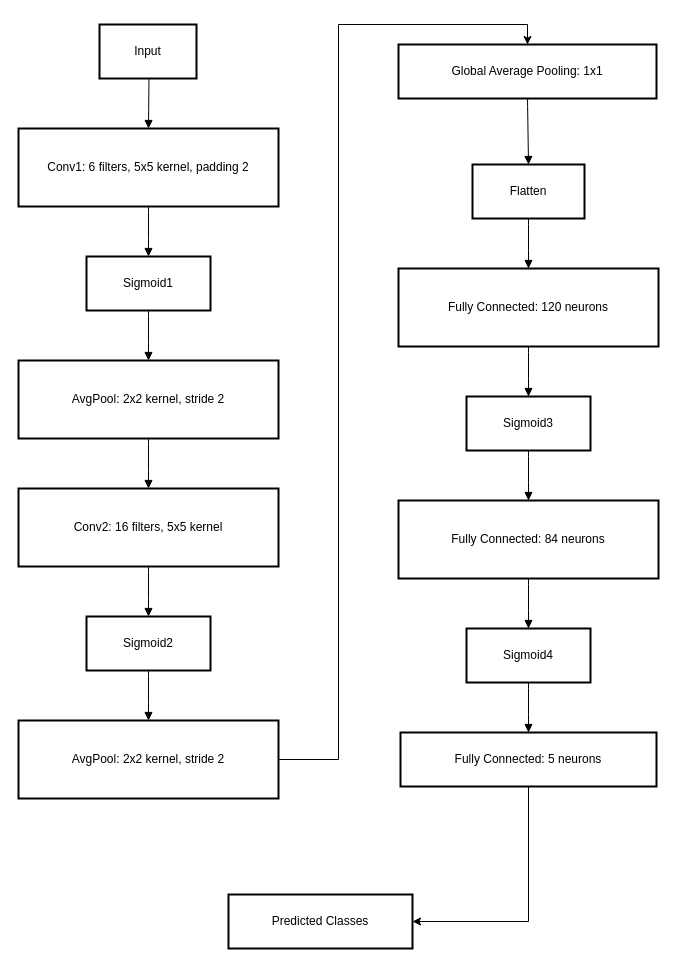
zft666zft/final-project keeps this draw.io diagram as LeNet_model.drawio. Above is the earlier version. Source tidied: cells renumbered, new cells numbered last; positions are measured from the earlier drawing's top-left corner, leaving out a move shared by most shapes. Both pictures are drawn from the tidied source at 100%, with x=0, y=0 at pixel (18, 24).
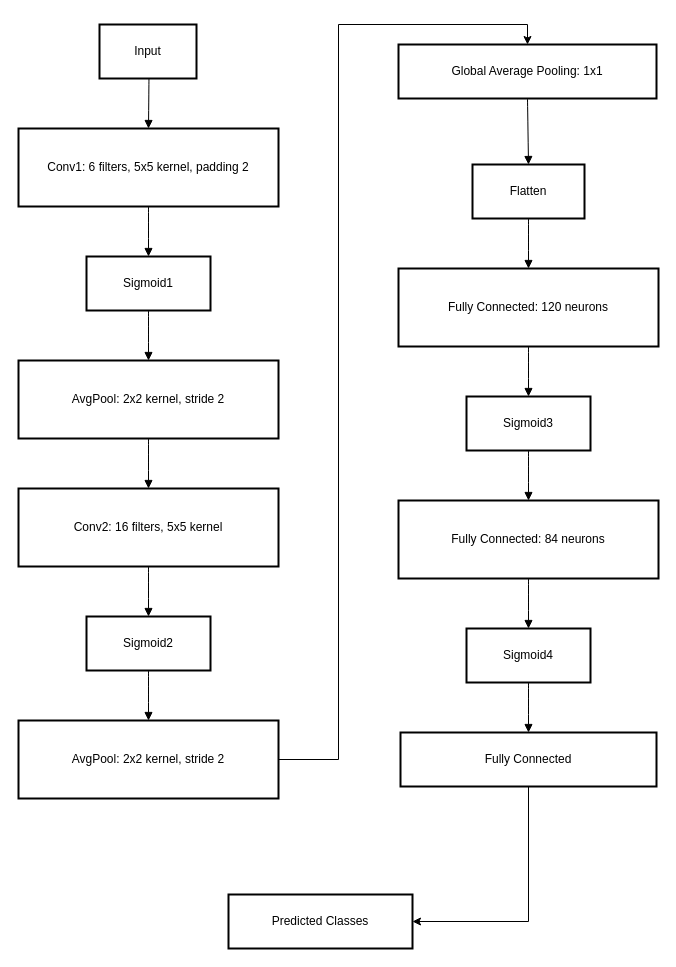
The same diagram, later.

Diff of the diagram source:
```diff
@@
-    <mxCell id="17" value="Fully Connected: 5 neurons" style="whiteSpace=wrap;strokeWidth=2;" parent="1" vertex="1">
+    <mxCell id="17" value="Fully Connected" style="whiteSpace=wrap;strokeWidth=2;" parent="1" vertex="1">
       <mxGeometry x="382" y="708" width="256" height="54" as="geometry" />
     </mxCell>
```
